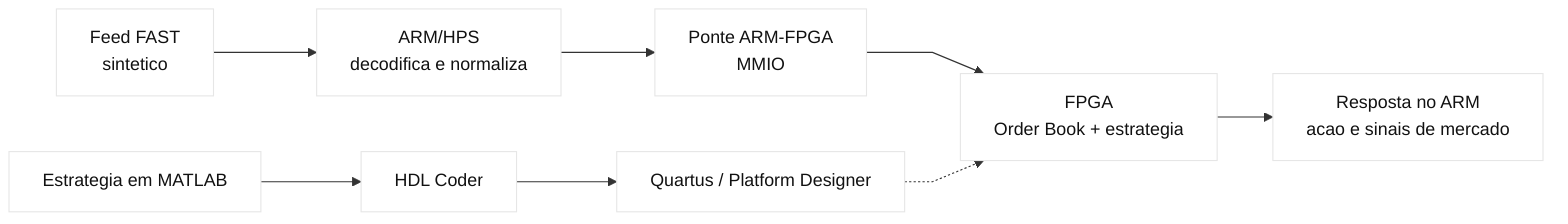
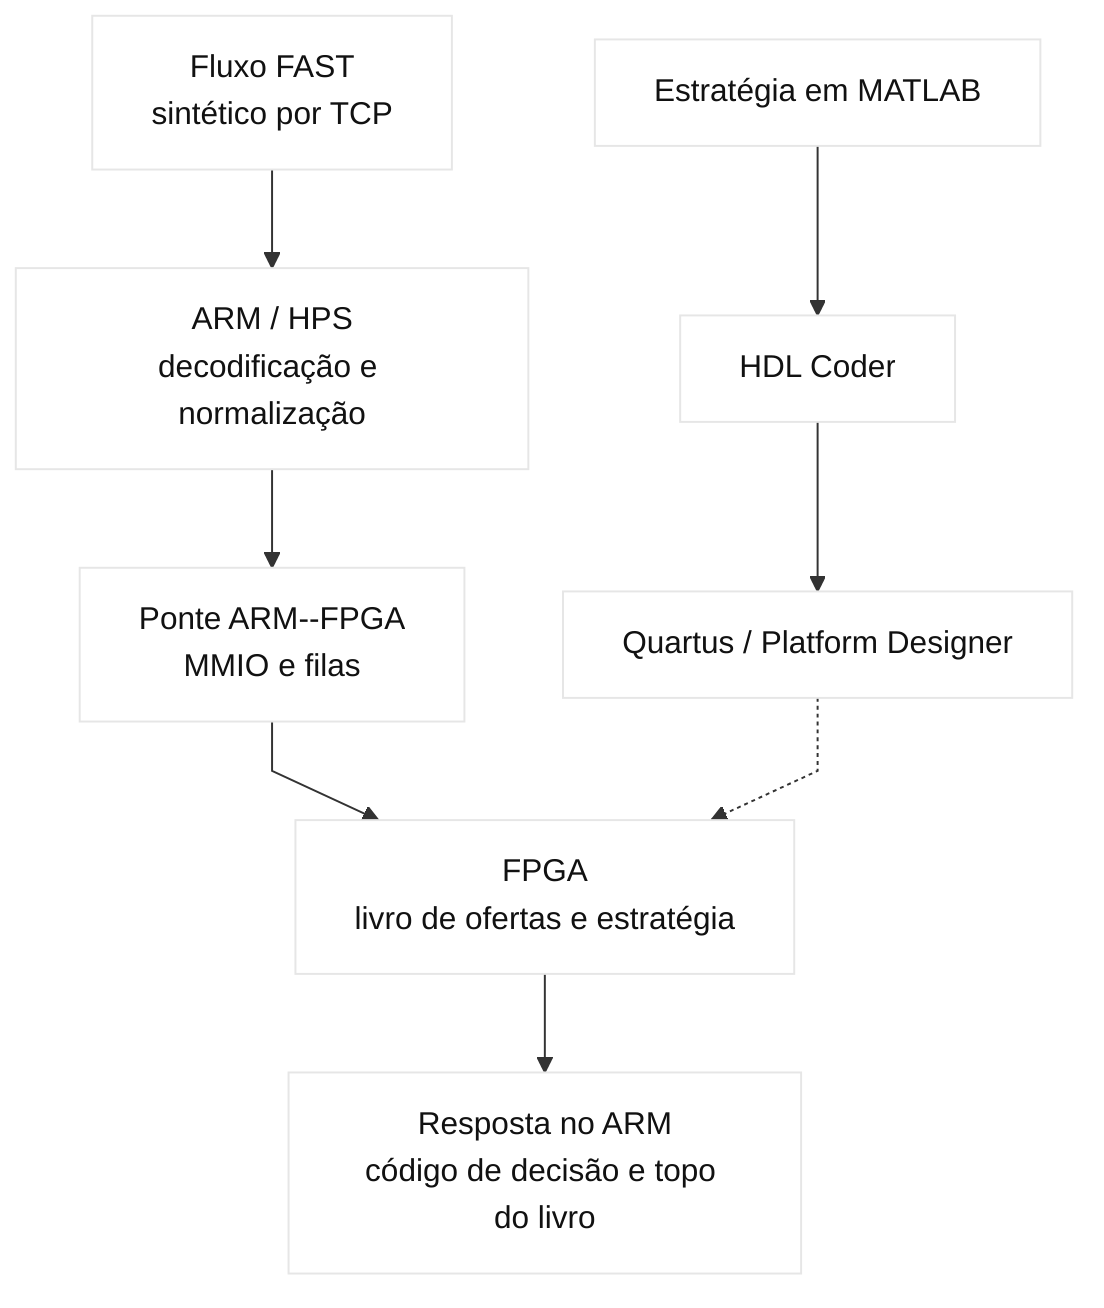
%%{init: {"theme": "base", "flowchart": {"htmlLabels": false, "curve": "linear"}, "themeVariables": {"fontFamily": "Arial", "primaryColor": "#ffffff", "primaryTextColor": "#111111", "lineColor": "#333333", "clusterBkg": "#f8f8f8", "clusterBorder": "#666666"}}}%%
- flowchart LR
-     Feed["Feed FAST<br/>sintetico"]
-     ARM["ARM/HPS<br/>decodifica e normaliza"]
-     Bridge["Ponte ARM-FPGA<br/>MMIO"]
-     FPGA["FPGA<br/>Order Book + estrategia"]
-     Output["Resposta no ARM<br/>acao e sinais de mercado"]
+ flowchart TB
+     Feed["Fluxo FAST<br/>sintético por TCP"]
+     ARM["ARM / HPS<br/>decodificação e normalização"]
+     Bridge["Ponte ARM--FPGA<br/>MMIO e filas"]
+     FPGA["FPGA<br/>livro de ofertas e estratégia"]
+     Output["Resposta no ARM<br/>código de decisão e topo do livro"]

    Feed --> ARM --> Bridge --> FPGA --> Output

-     MATLAB["Estrategia em MATLAB"]
+     MATLAB["Estratégia em MATLAB"]
    HLS["HDL Coder"]
    Quartus["Quartus / Platform Designer"]

    MATLAB --> HLS --> Quartus -.-> FPGA
